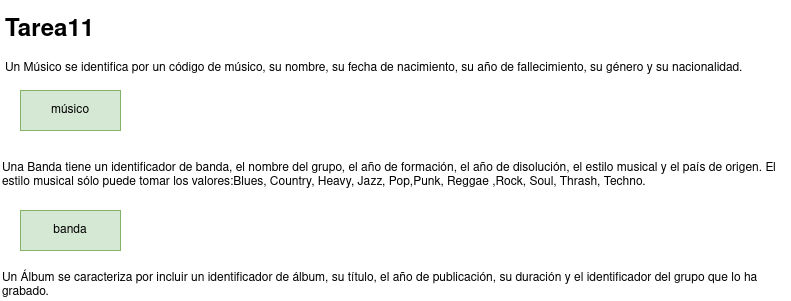
Above: tareasER/tarea11.png in javigh193/bae (draw.io), before the change. Source tidied: cells renumbered, new cells last; positions are measured from the earlier drawing's top-left corner, leaving out a move shared by most shapes.
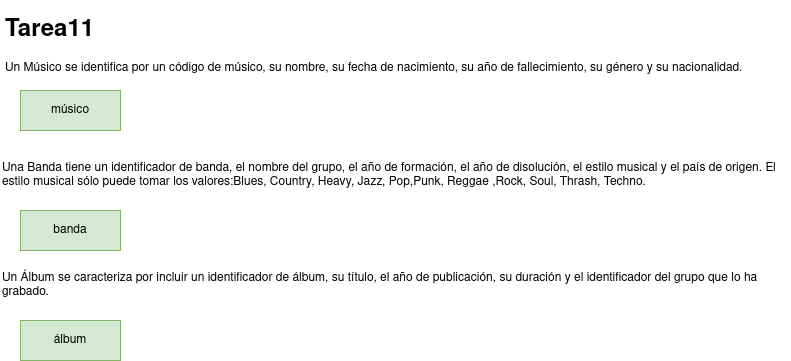
Above is the later version.

The edit, as a diff of the source:
```diff
@@ -17,5 +17,8 @@
     <mxCell id="6" value="Un Álbum se caracteriza por incluir un identificador de álbum, su título, el año de publicación, su duración y el identificador del grupo que lo ha grabado." style="text;html=1;strokeColor=none;fillColor=none;align=left;verticalAlign=middle;whiteSpace=wrap;rounded=0;" parent="1" vertex="1">
       <mxGeometry y="260" width="780" height="30" as="geometry" />
     </mxCell>
+    <mxCell id="7" value="álbum" style="whiteSpace=wrap;html=1;align=center;fillColor=#d5e8d4;strokeColor=#82b366;" parent="1" vertex="1">
+      <mxGeometry x="20" y="310" width="100" height="40" as="geometry" />
+    </mxCell>
   </root>
 </mxGraphModel>
```
